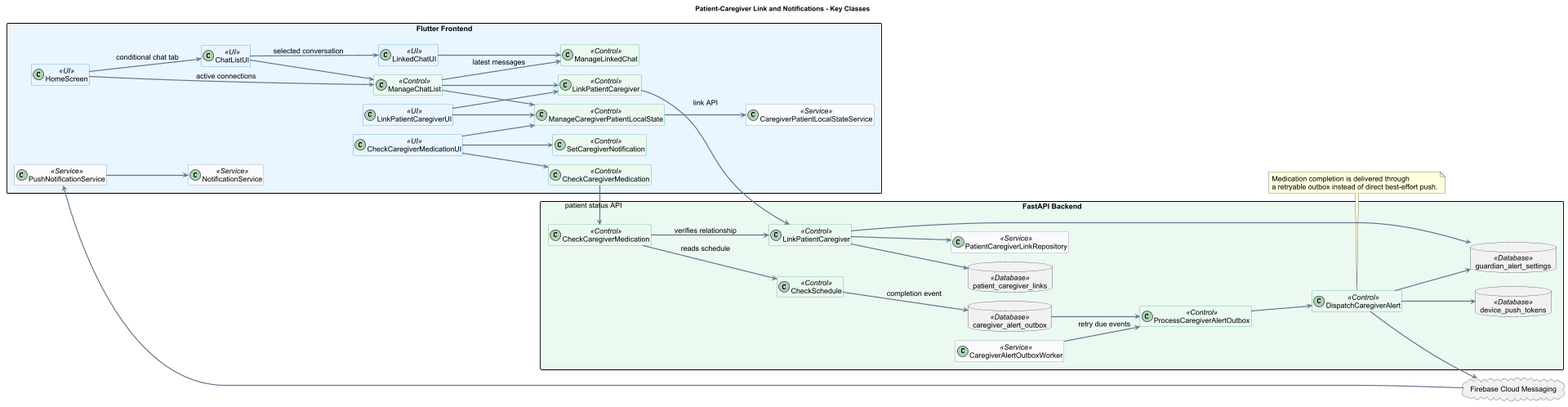
The PlantUML diagram docs/UML/class/04_CaregiverNotifications.png in 1window2/MedBuddy, before a commit.
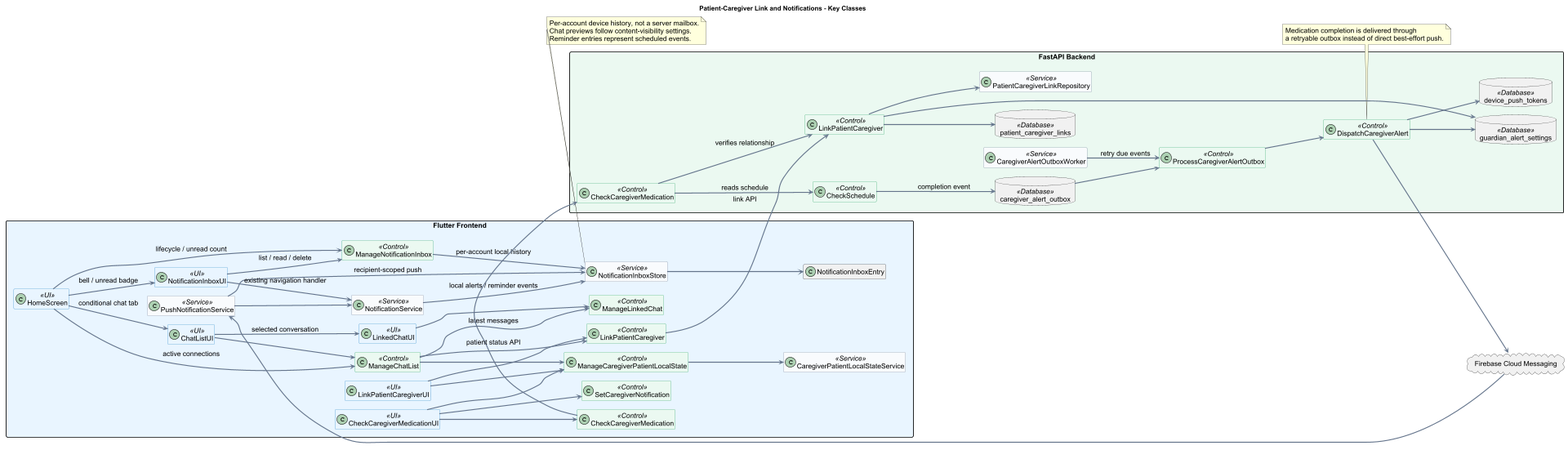
The same file after the commit.

The edit, as a diff of the source:
```diff
@@ -43,6 +43,10 @@
   class CaregiverPatientLocalStateService <<Service>>
   class PushNotificationService <<Service>>
   class NotificationService <<Service>>
+  class NotificationInboxUI <<UI>>
+  class ManageNotificationInbox <<Control>>
+  class NotificationInboxStore <<Service>>
+  class NotificationInboxEntry
 }
 
 package "FastAPI Backend" #EAF8F0 {
@@ -63,6 +67,14 @@
 
 LinkPatientCaregiverUI --> FLinkPatientCaregiver
 HomeScreen --> ManageChatList : active connections
+HomeScreen --> NotificationInboxUI : bell / unread badge
+HomeScreen --> ManageNotificationInbox : lifecycle / unread count
+NotificationInboxUI --> ManageNotificationInbox : list / read / delete
+ManageNotificationInbox --> NotificationInboxStore : per-account local history
+NotificationInboxStore --> NotificationInboxEntry
+NotificationService --> NotificationInboxStore : local alerts / reminder events
+PushNotificationService --> NotificationInboxStore : recipient-scoped push
+NotificationInboxUI --> NotificationService : existing navigation handler
 HomeScreen --> ChatListUI : conditional chat tab
 ChatListUI --> LinkedChatUI : selected conversation
 ChatListUI --> ManageChatList
@@ -98,4 +110,9 @@
   Medication completion is delivered through
   a retryable outbox instead of direct best-effort push.
 end note
+note bottom of NotificationInboxStore
+  Per-account device history, not a server mailbox.
+  Chat previews follow content-visibility settings.
+  Reminder entries represent scheduled events.
+end note
 @enduml
```
